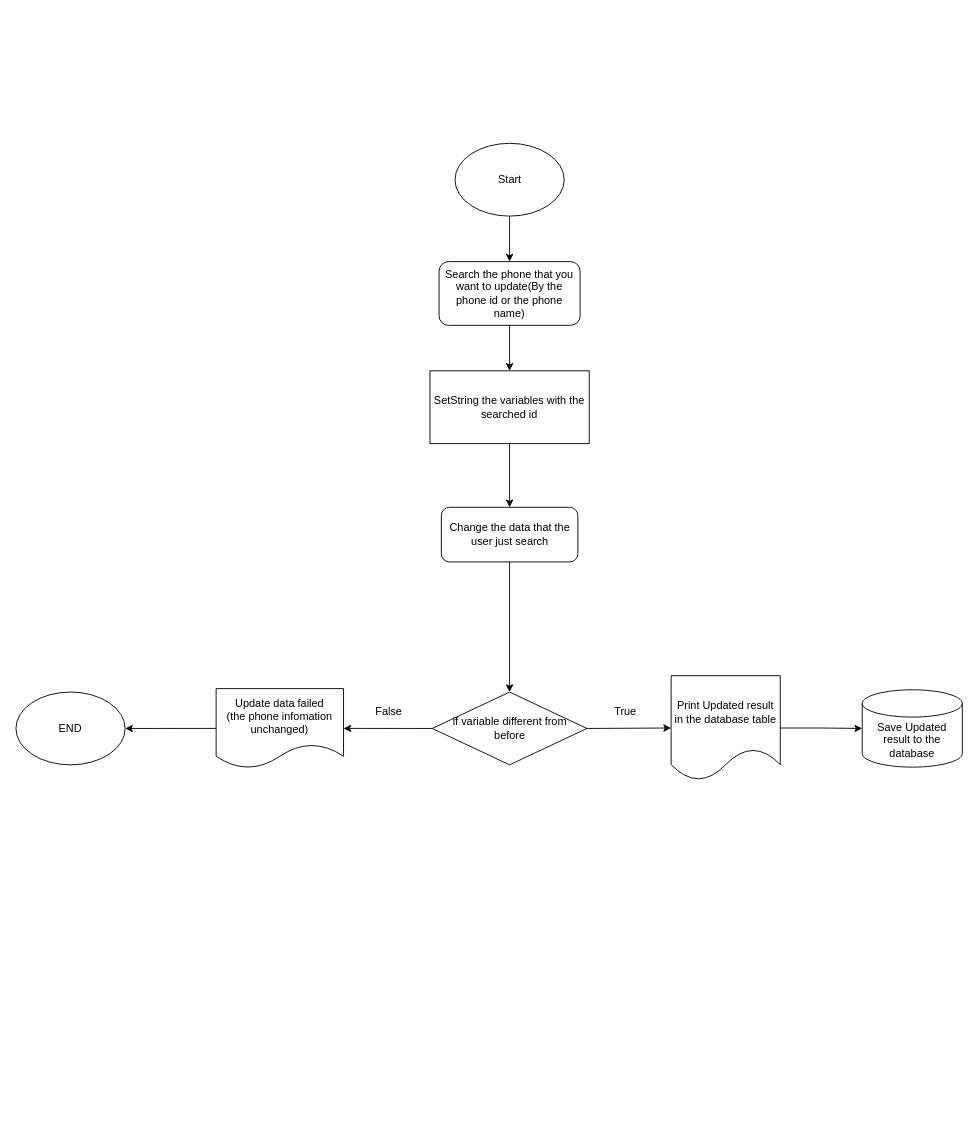
Before: new update.drawio in khanh8603/khanh8603, a draw.io diagram. Source tidied: cells renumbered, new cells numbered last; positions are measured from the earlier drawing's top-left corner, leaving out a move shared by most shapes. Both pictures are drawn from the tidied source at 91%, with x=0, y=0 at pixel (15, 143).
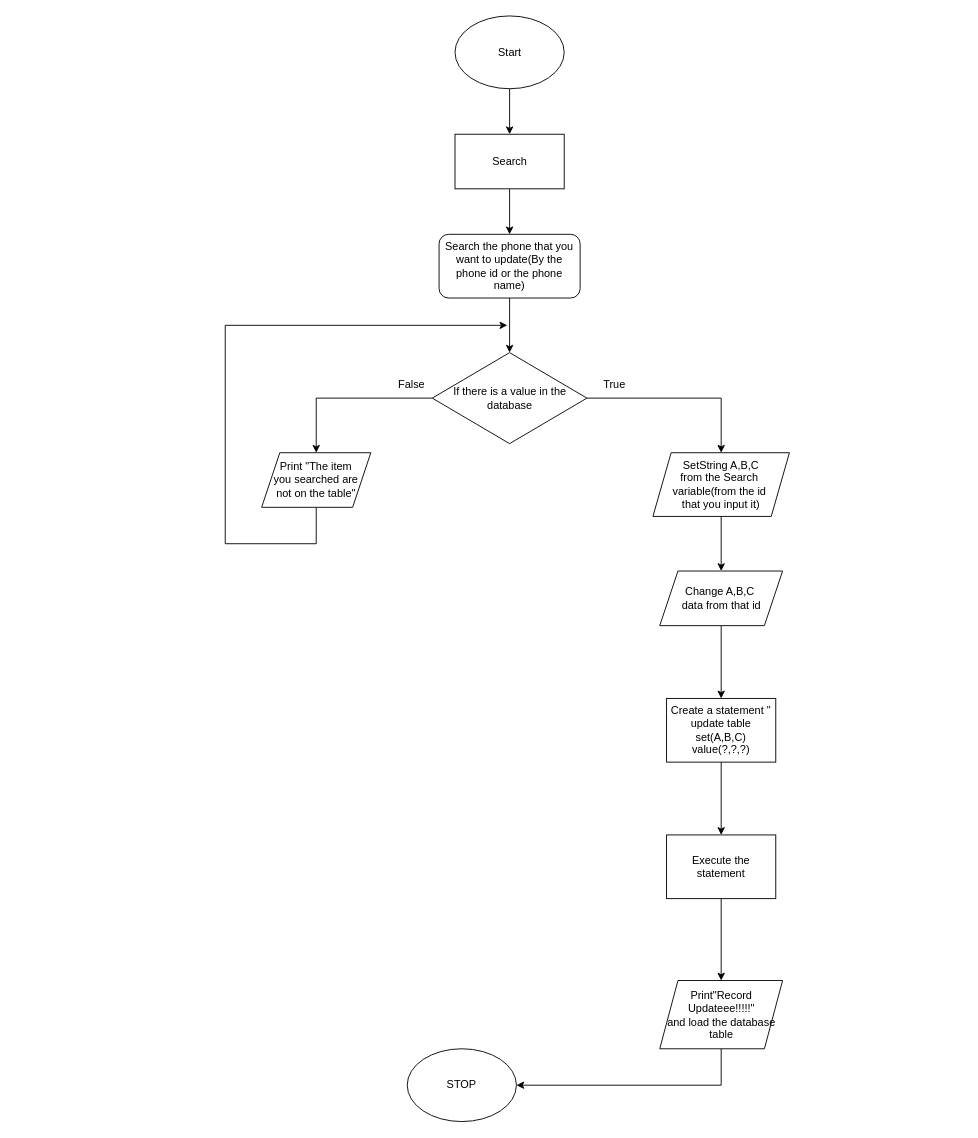
The same page after the edit.

Commit message:
Cập nhật new update.drawio

Diff of the diagram source:
```diff
@@
     <mxCell id="2" value="Start" style="ellipse;whiteSpace=wrap;html=1;" parent="1" vertex="1">
-      <mxGeometry x="482.5" width="120" height="80" as="geometry" />
+      <mxGeometry x="482.5" y="-140" width="120" height="80" as="geometry" />
     </mxCell>
-    <mxCell id="3" style="edgeStyle=orthogonalEdgeStyle;rounded=0;jettySize=auto;html=1;exitX=0.5;exitY=1;exitDx=0;exitDy=0;entryX=0.5;entryY=0;entryDx=0;entryDy=0;" parent="1" edge="1" source="13" target="16">
-      <mxGeometry relative="1" as="geometry" />
-    </mxCell>
-    <mxCell id="4" value="if variable different from&lt;br&gt;before" style="rhombus;whiteSpace=wrap;html=1;" parent="1" vertex="1">
-      <mxGeometry x="457.5" y="603" width="170" height="80" as="geometry" />
-    </mxCell>
-    <mxCell id="5" style="endArrow=classic;html=1;rounded=0;exitX=1;exitY=0.5;exitDx=0;exitDy=0;entryX=0;entryY=0.5;entryDx=0;entryDy=0;" parent="1" edge="1" source="4" target="7">
-      <mxGeometry relative="1" as="geometry" />
-    </mxCell>
-    <mxCell id="6" style="edgeStyle=orthogonalEdgeStyle;rounded=0;jettySize=auto;html=1;entryX=0;entryY=0.5;entryDx=0;entryDy=0;entryPerimeter=0;" parent="1" edge="1" source="7" target="17">
-      <mxGeometry relative="1" as="geometry" />
-    </mxCell>
-    <mxCell id="7" value="Print Updated result&lt;br&gt;in the database table" style="shape=document;whiteSpace=wrap;html=1;boundedLbl=1;" parent="1" vertex="1">
-      <mxGeometry x="720" y="585" width="120" height="115" as="geometry" />
-    </mxCell>
-    <mxCell id="8" style="endArrow=classic;html=1;rounded=0;exitX=0;exitY=0.5;exitDx=0;exitDy=0;entryX=1;entryY=0.5;entryDx=0;entryDy=0;" parent="1" edge="1" source="10" target="14">
-      <mxGeometry relative="1" as="geometry" />
-    </mxCell>
-    <mxCell id="9" style="endArrow=classic;html=1;rounded=0;exitX=0;exitY=0.5;exitDx=0;exitDy=0;entryX=1;entryY=0.5;entryDx=0;entryDy=0;" parent="1" edge="1" source="4" target="10">
-      <mxGeometry relative="1" as="geometry" />
-    </mxCell>
-    <mxCell id="10" value="Update data failed&lt;br&gt;(the phone infomation unchanged)" style="shape=document;whiteSpace=wrap;html=1;boundedLbl=1;" parent="1" vertex="1">
-      <mxGeometry x="220" y="599.2" width="140" height="87.5" as="geometry" />
-    </mxCell>
-    <mxCell id="11" value="True" style="text;html=1;strokeColor=none;fillColor=none;align=center;verticalAlign=middle;whiteSpace=wrap;rounded=0;" parent="1" vertex="1">
-      <mxGeometry x="640" y="610" width="60" height="30" as="geometry" />
-    </mxCell>
-    <mxCell id="12" value="False" style="text;html=1;strokeColor=none;fillColor=none;align=center;verticalAlign=middle;whiteSpace=wrap;rounded=0;" parent="1" vertex="1">
-      <mxGeometry x="380" y="610" width="60" height="30" as="geometry" />
-    </mxCell>
-    <mxCell id="13" value="&lt;div&gt;SetString the variables with the searched id&lt;/div&gt;" style="rounded=0;whiteSpace=wrap;html=1;" parent="1" vertex="1">
-      <mxGeometry x="455" y="250" width="175" height="80" as="geometry" />
-    </mxCell>
-    <mxCell id="14" value="END" style="ellipse;whiteSpace=wrap;html=1;" parent="1" vertex="1">
-      <mxGeometry y="603" width="120" height="80" as="geometry" />
-    </mxCell>
-    <mxCell id="15" style="edgeStyle=orthogonalEdgeStyle;rounded=0;jettySize=auto;html=1;exitX=0.5;exitY=1;exitDx=0;exitDy=0;entryX=0.5;entryY=0;entryDx=0;entryDy=0;" parent="1" edge="1" source="16" target="4">
-      <mxGeometry relative="1" as="geometry" />
-    </mxCell>
-    <mxCell id="16" value="Change the data that the user just search" style="rounded=1;whiteSpace=wrap;html=1;" parent="1" vertex="1">
-      <mxGeometry x="467.5" y="400" width="150" height="60" as="geometry" />
-    </mxCell>
-    <mxCell id="17" value="Save Updated result to the database" style="shape=cylinder3;whiteSpace=wrap;html=1;boundedLbl=1;backgroundOutline=1;size=15;" parent="1" vertex="1">
-      <mxGeometry x="930" y="600.5" width="110" height="85" as="geometry" />
-    </mxCell>
-    <mxCell id="18" style="edgeStyle=orthogonalEdgeStyle;rounded=0;jettySize=auto;html=1;entryX=0.5;entryY=0;entryDx=0;entryDy=0;" parent="1" edge="1" source="20" target="13">
+    <mxCell id="18" style="edgeStyle=orthogonalEdgeStyle;rounded=0;jettySize=auto;html=1;entryX=0.5;entryY=0;entryDx=0;entryDy=0;" parent="1" edge="1" source="20" target="23">
       <mxGeometry relative="1" as="geometry" />
     </mxCell>
-    <mxCell id="19" style="edgeStyle=orthogonalEdgeStyle;rounded=0;jettySize=auto;html=1;entryX=0.5;entryY=0;entryDx=0;entryDy=0;" parent="1" edge="1" source="2" target="20">
+    <mxCell id="19" style="edgeStyle=orthogonalEdgeStyle;rounded=0;jettySize=auto;html=1;entryX=0.5;entryY=0;entryDx=0;entryDy=0;" parent="1" edge="1" source="38" target="20">
       <mxGeometry relative="1" as="geometry" />
     </mxCell>
     <mxCell id="20" value="Search the phone that you want to update(By the phone id or the phone name)" style="rounded=1;whiteSpace=wrap;html=1;" parent="1" vertex="1">
-      <mxGeometry x="465" y="130" width="155" height="70" as="geometry" />
+      <mxGeometry x="465" y="100" width="155" height="70" as="geometry" />
     </mxCell>
+    <mxCell id="21" style="edgeStyle=orthogonalEdgeStyle;rounded=0;jettySize=auto;html=1;exitX=1;exitY=0.5;exitDx=0;exitDy=0;entryX=0.5;entryY=0;entryDx=0;entryDy=0;" parent="1" edge="1" source="23" target="25">
+      <mxGeometry relative="1" as="geometry" />
+    </mxCell>
+    <mxCell id="22" style="edgeStyle=orthogonalEdgeStyle;rounded=0;jettySize=auto;html=1;exitX=0;exitY=0.5;exitDx=0;exitDy=0;" parent="1" edge="1" source="23" target="27">
+      <mxGeometry relative="1" as="geometry" />
+    </mxCell>
+    <mxCell id="23" value="If there is a value in the &lt;br&gt;database" style="rhombus;whiteSpace=wrap;html=1;" parent="1" vertex="1">
+      <mxGeometry x="457.5" y="230" width="170" height="100" as="geometry" />
+    </mxCell>
+    <mxCell id="24" style="edgeStyle=orthogonalEdgeStyle;rounded=0;jettySize=auto;html=1;exitX=0.5;exitY=1;exitDx=0;exitDy=0;entryX=0.5;entryY=0;entryDx=0;entryDy=0;" parent="1" edge="1" source="25" target="29">
+      <mxGeometry relative="1" as="geometry" />
+    </mxCell>
+    <mxCell id="25" value="SetString A,B,C&lt;br&gt;from the Search&amp;nbsp;&lt;br&gt;variable(from the id&amp;nbsp;&lt;br&gt;that you input it)" style="shape=parallelogram;perimeter=parallelogramPerimeter;whiteSpace=wrap;html=1;fixedSize=1;" parent="1" vertex="1">
+      <mxGeometry x="700" y="340" width="150" height="70" as="geometry" />
+    </mxCell>
+    <mxCell id="26" style="edgeStyle=orthogonalEdgeStyle;rounded=0;jettySize=auto;html=1;exitX=0.5;exitY=1;exitDx=0;exitDy=0;" parent="1" edge="1" source="27">
+      <mxGeometry relative="1" as="geometry">
+        <mxPoint x="540" y="200" as="targetPoint" />
+        <Array as="points">
+          <mxPoint x="330" y="440" />
+          <mxPoint x="230" y="440" />
+          <mxPoint x="230" y="200" />
+        </Array>
+      </mxGeometry>
+    </mxCell>
+    <mxCell id="27" value="Print &quot;The item&lt;br&gt;you searched are &lt;br&gt;not on the table&quot;" style="shape=parallelogram;perimeter=parallelogramPerimeter;whiteSpace=wrap;html=1;fixedSize=1;" parent="1" vertex="1">
+      <mxGeometry x="270" y="340" width="120" height="60" as="geometry" />
+    </mxCell>
+    <mxCell id="12" value="False" style="text;html=1;strokeColor=none;fillColor=none;align=center;verticalAlign=middle;whiteSpace=wrap;rounded=0;" parent="1" vertex="1">
+      <mxGeometry x="405" y="250" width="60" height="30" as="geometry" />
+    </mxCell>
+    <mxCell id="11" value="True" style="text;html=1;strokeColor=none;fillColor=none;align=center;verticalAlign=middle;whiteSpace=wrap;rounded=0;" parent="1" vertex="1">
+      <mxGeometry x="627.5" y="250" width="60" height="30" as="geometry" />
+    </mxCell>
+    <mxCell id="28" style="edgeStyle=orthogonalEdgeStyle;rounded=0;jettySize=auto;html=1;exitX=0.5;exitY=1;exitDx=0;exitDy=0;entryX=0.5;entryY=0;entryDx=0;entryDy=0;" parent="1" edge="1" source="29" target="31">
+      <mxGeometry relative="1" as="geometry" />
+    </mxCell>
+    <mxCell id="29" value="Change A,B,C&amp;nbsp;&lt;br&gt;data from that id" style="shape=parallelogram;perimeter=parallelogramPerimeter;whiteSpace=wrap;html=1;fixedSize=1;" parent="1" vertex="1">
+      <mxGeometry x="707.5" y="470" width="135" height="60" as="geometry" />
+    </mxCell>
+    <mxCell id="30" style="edgeStyle=orthogonalEdgeStyle;rounded=0;jettySize=auto;html=1;" parent="1" edge="1" source="31" target="33">
+      <mxGeometry relative="1" as="geometry" />
+    </mxCell>
+    <mxCell id="31" value="Create a statement &quot;&lt;br style=&quot;border-color: var(--border-color);&quot;&gt;update table set(A,B,C)&lt;br style=&quot;border-color: var(--border-color);&quot;&gt;value(?,?,?)" style="rounded=0;whiteSpace=wrap;html=1;" parent="1" vertex="1">
+      <mxGeometry x="715" y="610" width="120" height="70" as="geometry" />
+    </mxCell>
+    <mxCell id="32" style="edgeStyle=orthogonalEdgeStyle;rounded=0;jettySize=auto;html=1;" parent="1" edge="1" source="33" target="35">
+      <mxGeometry relative="1" as="geometry" />
+    </mxCell>
+    <mxCell id="33" value="Execute the statement" style="rounded=0;whiteSpace=wrap;html=1;" parent="1" vertex="1">
+      <mxGeometry x="715" y="760" width="120" height="70" as="geometry" />
+    </mxCell>
+    <mxCell id="34" style="edgeStyle=orthogonalEdgeStyle;rounded=0;jettySize=auto;html=1;exitX=0.5;exitY=1;exitDx=0;exitDy=0;entryX=1;entryY=0.5;entryDx=0;entryDy=0;" parent="1" edge="1" source="35" target="36">
+      <mxGeometry relative="1" as="geometry" />
+    </mxCell>
+    <mxCell id="35" value="Print&quot;Record Updateee!!!!!&lt;span style=&quot;background-color: initial;&quot;&gt;&quot;&lt;br&gt;&lt;/span&gt;and load the database table" style="shape=parallelogram;perimeter=parallelogramPerimeter;whiteSpace=wrap;html=1;fixedSize=1;rounded=0;" parent="1" vertex="1">
+      <mxGeometry x="707.5" y="920" width="135" height="75" as="geometry" />
+    </mxCell>
+    <mxCell id="36" value="STOP" style="ellipse;whiteSpace=wrap;html=1;" parent="1" vertex="1">
+      <mxGeometry x="430" y="995" width="120" height="80" as="geometry" />
+    </mxCell>
+    <mxCell id="37" style="edgeStyle=orthogonalEdgeStyle;rounded=0;jettySize=auto;html=1;entryX=0.5;entryY=0;entryDx=0;entryDy=0;" parent="1" edge="1" source="2" target="38">
+      <mxGeometry relative="1" as="geometry" />
+    </mxCell>
+    <mxCell id="38" value="Search" style="rounded=0;whiteSpace=wrap;html=1;" parent="1" vertex="1">
+      <mxGeometry x="482.5" y="-10" width="120" height="60" as="geometry" />
+    </mxCell>
```
